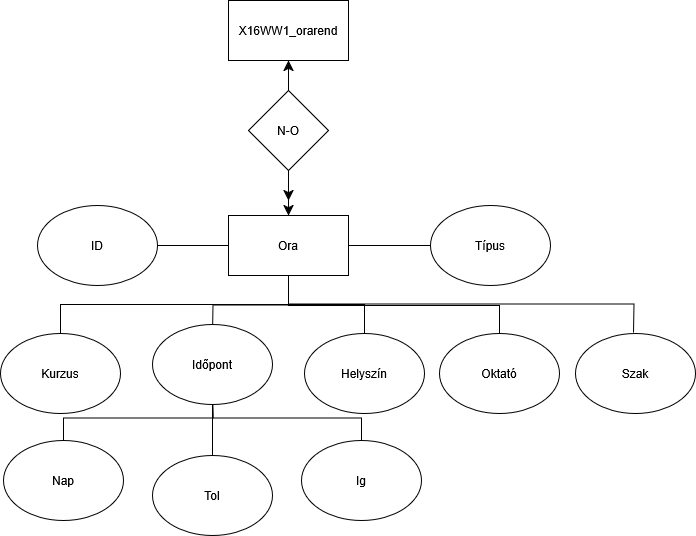
Above: X16WW1_0305/X16WW1_AR.png in TakacsAdamUNITHE/X16WW1WebXML (draw.io), before the change. Source tidied: cells renumbered, new cells last; positions are measured from the earlier drawing's top-left corner, leaving out a move shared by most shapes.
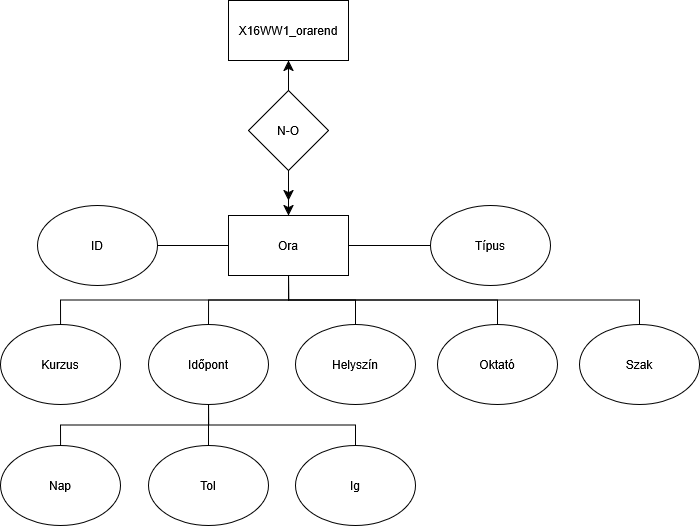
Later version of the same file.

Commit message:
ER model clean up

Change to the diagram source:
```diff
@@ -5,26 +5,24 @@
     <mxCell id="2" value="X16WW1_orarend" style="rounded=0;whiteSpace=wrap;html=1;" parent="1" vertex="1">
       <mxGeometry x="228" width="120" height="60" as="geometry" />
     </mxCell>
-    <mxCell id="3" style="edgeStyle=orthogonalEdgeStyle;rounded=0;jettySize=auto;html=1;exitX=0.5;exitY=1;exitDx=0;exitDy=0;endArrow=none;endFill=0;startFill=0;" parent="1" edge="1" source="7">
-      <mxGeometry relative="1" as="geometry">
-        <mxPoint x="212" y="334" as="targetPoint" />
-      </mxGeometry>
-    </mxCell>
+    <mxCell id="5" style="edgeStyle=orthogonalEdgeStyle;rounded=0;jettySize=auto;html=1;exitX=1;exitY=0.5;exitDx=0;exitDy=0;entryX=0;entryY=0.5;entryDx=0;entryDy=0;endArrow=none;startFill=0;" parent="1" edge="1" source="7" target="15">
+      <mxGeometry relative="1" as="geometry" />
+    </mxCell>
+    <mxCell id="30" style="edgeStyle=orthogonalEdgeStyle;rounded=0;jettySize=auto;html=1;exitX=0.5;exitY=1;exitDx=0;exitDy=0;entryX=0.5;entryY=0;entryDx=0;entryDy=0;endArrow=none;startFill=0;" parent="1" edge="1" source="7" target="29">
+      <mxGeometry relative="1" as="geometry" />
+    </mxCell>
+    <mxCell id="31" style="edgeStyle=orthogonalEdgeStyle;rounded=0;jettySize=auto;html=1;exitX=0.5;exitY=1;exitDx=0;exitDy=0;entryX=0.5;entryY=0;entryDx=0;entryDy=0;endArrow=none;startFill=0;" parent="1" edge="1" source="7" target="19">
+      <mxGeometry relative="1" as="geometry" />
+    </mxCell>
+    <mxCell id="6" style="edgeStyle=orthogonalEdgeStyle;rounded=0;jettySize=auto;html=1;exitX=0.5;exitY=1;exitDx=0;exitDy=0;entryX=0.5;entryY=0;entryDx=0;entryDy=0;endArrow=none;startFill=0;" parent="1" edge="1" source="7" target="20">
+      <mxGeometry relative="1" as="geometry" />
+    </mxCell>
-    <mxCell id="4" style="edgeStyle=orthogonalEdgeStyle;rounded=0;jettySize=auto;html=1;exitX=0.5;exitY=1;exitDx=0;exitDy=0;endArrow=none;endFill=0;startFill=0;entryX=0.5;entryY=0;entryDx=0;entryDy=0;" parent="1" edge="1" source="7" target="21">
-      <mxGeometry relative="1" as="geometry">
-        <Array as="points">
-          <mxPoint x="288" y="305" />
-          <mxPoint x="499" y="305" />
-          <mxPoint x="499" y="322" />
-        </Array>
-      </mxGeometry>
+    <mxCell id="4" style="edgeStyle=orthogonalEdgeStyle;rounded=0;jettySize=auto;html=1;exitX=0.5;exitY=1;exitDx=0;exitDy=0;entryX=0.5;entryY=0;entryDx=0;entryDy=0;endArrow=none;startFill=0;" parent="1" edge="1" source="7" target="21">
+      <mxGeometry relative="1" as="geometry" />
     </mxCell>
-    <mxCell id="5" style="edgeStyle=orthogonalEdgeStyle;rounded=0;jettySize=auto;html=1;exitX=1;exitY=0.5;exitDx=0;exitDy=0;entryX=0;entryY=0.5;entryDx=0;entryDy=0;endArrow=none;startFill=0;" parent="1" edge="1" source="7" target="15">
-      <mxGeometry relative="1" as="geometry" />
-    </mxCell>
-    <mxCell id="6" style="edgeStyle=orthogonalEdgeStyle;rounded=0;jettySize=auto;html=1;exitX=0.5;exitY=1;exitDx=0;exitDy=0;entryX=0.5;entryY=0;entryDx=0;entryDy=0;endArrow=none;startFill=0;" parent="1" edge="1" source="7" target="20">
-      <mxGeometry relative="1" as="geometry" />
-    </mxCell>
+    <mxCell id="32" style="edgeStyle=orthogonalEdgeStyle;rounded=0;jettySize=auto;html=1;exitX=0.5;exitY=1;exitDx=0;exitDy=0;entryX=0.5;entryY=0;entryDx=0;entryDy=0;endArrow=none;startFill=0;" parent="1" edge="1" source="7" target="22">
+      <mxGeometry relative="1" as="geometry" />
+    </mxCell>
     <mxCell id="7" value="&lt;div&gt;Ora&lt;/div&gt;" style="rounded=0;whiteSpace=wrap;html=1;" parent="1" vertex="1">
       <mxGeometry x="228" y="215" width="120" height="60" as="geometry" />
     </mxCell>
@@ -60,52 +58,38 @@
     <mxCell id="16" style="endArrow=none;html=1;rounded=0;exitX=1;exitY=0.5;exitDx=0;exitDy=0;entryX=0;entryY=0.5;entryDx=0;entryDy=0;" parent="1" edge="1" source="13" target="7">
       <mxGeometry relative="1" as="geometry" />
     </mxCell>
-    <mxCell id="17" style="edgeStyle=orthogonalEdgeStyle;rounded=0;jettySize=auto;html=1;exitX=0.5;exitY=1;exitDx=0;exitDy=0;endArrow=none;endFill=0;startFill=0;" parent="1" edge="1" source="7">
-      <mxGeometry relative="1" as="geometry">
-        <mxPoint x="633" y="332" as="targetPoint" />
-      </mxGeometry>
-    </mxCell>
-    <mxCell id="18" style="edgeStyle=orthogonalEdgeStyle;rounded=0;jettySize=auto;html=1;exitX=0.5;exitY=0;exitDx=0;exitDy=0;entryX=0.5;entryY=1;entryDx=0;entryDy=0;endArrow=none;startFill=0;" parent="1" edge="1" source="19" target="7">
-      <mxGeometry relative="1" as="geometry" />
-    </mxCell>
     <mxCell id="19" value="&lt;div&gt;Kurzus&lt;/div&gt;" style="ellipse;whiteSpace=wrap;html=1;" parent="1" vertex="1">
-      <mxGeometry y="333" width="120" height="80" as="geometry" />
+      <mxGeometry y="324" width="120" height="80" as="geometry" />
     </mxCell>
     <mxCell id="20" value="&lt;div&gt;Helyszín&lt;/div&gt;" style="ellipse;whiteSpace=wrap;html=1;" parent="1" vertex="1">
-      <mxGeometry x="304" y="333" width="120" height="80" as="geometry" />
+      <mxGeometry x="295" y="324" width="120" height="80" as="geometry" />
     </mxCell>
     <mxCell id="21" value="Oktató" style="ellipse;whiteSpace=wrap;html=1;" parent="1" vertex="1">
-      <mxGeometry x="439" y="333" width="120" height="80" as="geometry" />
+      <mxGeometry x="437" y="324" width="120" height="80" as="geometry" />
     </mxCell>
     <mxCell id="22" value="Szak" style="ellipse;whiteSpace=wrap;html=1;" parent="1" vertex="1">
-      <mxGeometry x="575" y="333" width="120" height="80" as="geometry" />
+      <mxGeometry x="579" y="324" width="120" height="80" as="geometry" />
     </mxCell>
-    <mxCell id="23" style="edgeStyle=orthogonalEdgeStyle;rounded=0;jettySize=auto;html=1;exitX=0.5;exitY=0;exitDx=0;exitDy=0;entryX=0.5;entryY=1;entryDx=0;entryDy=0;endArrow=none;startFill=0;" parent="1" edge="1" source="24">
-      <mxGeometry relative="1" as="geometry">
-        <mxPoint x="212" y="394" as="targetPoint" />
-      </mxGeometry>
-    </mxCell>
     <mxCell id="24" value="Nap" style="ellipse;whiteSpace=wrap;html=1;" parent="1" vertex="1">
-      <mxGeometry x="3" y="440" width="120" height="80" as="geometry" />
+      <mxGeometry y="445" width="120" height="80" as="geometry" />
     </mxCell>
-    <mxCell id="25" style="edgeStyle=orthogonalEdgeStyle;rounded=0;jettySize=auto;html=1;exitX=0.5;exitY=0;exitDx=0;exitDy=0;entryX=0.5;entryY=1;entryDx=0;entryDy=0;endArrow=none;startFill=0;" parent="1" edge="1" source="26">
-      <mxGeometry relative="1" as="geometry">
-        <mxPoint x="212" y="394" as="targetPoint" />
-      </mxGeometry>
-    </mxCell>
     <mxCell id="26" value="Tol" style="ellipse;whiteSpace=wrap;html=1;" parent="1" vertex="1">
-      <mxGeometry x="152" y="455" width="120" height="80" as="geometry" />
+      <mxGeometry x="148" y="445" width="120" height="80" as="geometry" />
     </mxCell>
-    <mxCell id="27" style="edgeStyle=orthogonalEdgeStyle;rounded=0;jettySize=auto;html=1;exitX=0.5;exitY=0;exitDx=0;exitDy=0;entryX=0.5;entryY=1;entryDx=0;entryDy=0;endArrow=none;startFill=0;" parent="1" edge="1" source="28">
-      <mxGeometry relative="1" as="geometry">
-        <mxPoint x="212" y="394" as="targetPoint" />
-      </mxGeometry>
-    </mxCell>
     <mxCell id="28" value="Ig" style="ellipse;whiteSpace=wrap;html=1;" parent="1" vertex="1">
-      <mxGeometry x="301" y="440" width="120" height="80" as="geometry" />
+      <mxGeometry x="295" y="445" width="120" height="80" as="geometry" />
     </mxCell>
+    <mxCell id="33" style="edgeStyle=orthogonalEdgeStyle;rounded=0;jettySize=auto;html=1;exitX=0.5;exitY=1;exitDx=0;exitDy=0;endArrow=none;startFill=0;" parent="1" edge="1" source="29" target="24">
+      <mxGeometry relative="1" as="geometry" />
+    </mxCell>
+    <mxCell id="34" style="edgeStyle=orthogonalEdgeStyle;rounded=0;jettySize=auto;html=1;exitX=0.5;exitY=1;exitDx=0;exitDy=0;entryX=0.5;entryY=0;entryDx=0;entryDy=0;endArrow=none;startFill=0;" parent="1" edge="1" source="29" target="26">
+      <mxGeometry relative="1" as="geometry" />
+    </mxCell>
+    <mxCell id="35" style="edgeStyle=orthogonalEdgeStyle;rounded=0;jettySize=auto;html=1;exitX=0.5;exitY=1;exitDx=0;exitDy=0;endArrow=none;startFill=0;" parent="1" edge="1" source="29" target="28">
+      <mxGeometry relative="1" as="geometry" />
+    </mxCell>
     <mxCell id="29" value="&lt;div&gt;Időpont&lt;/div&gt;" style="ellipse;whiteSpace=wrap;html=1;" parent="1" vertex="1">
-      <mxGeometry x="152" y="324" width="120" height="80" as="geometry" />
+      <mxGeometry x="148" y="324" width="120" height="80" as="geometry" />
     </mxCell>
   </root>
 </mxGraphModel>
```
